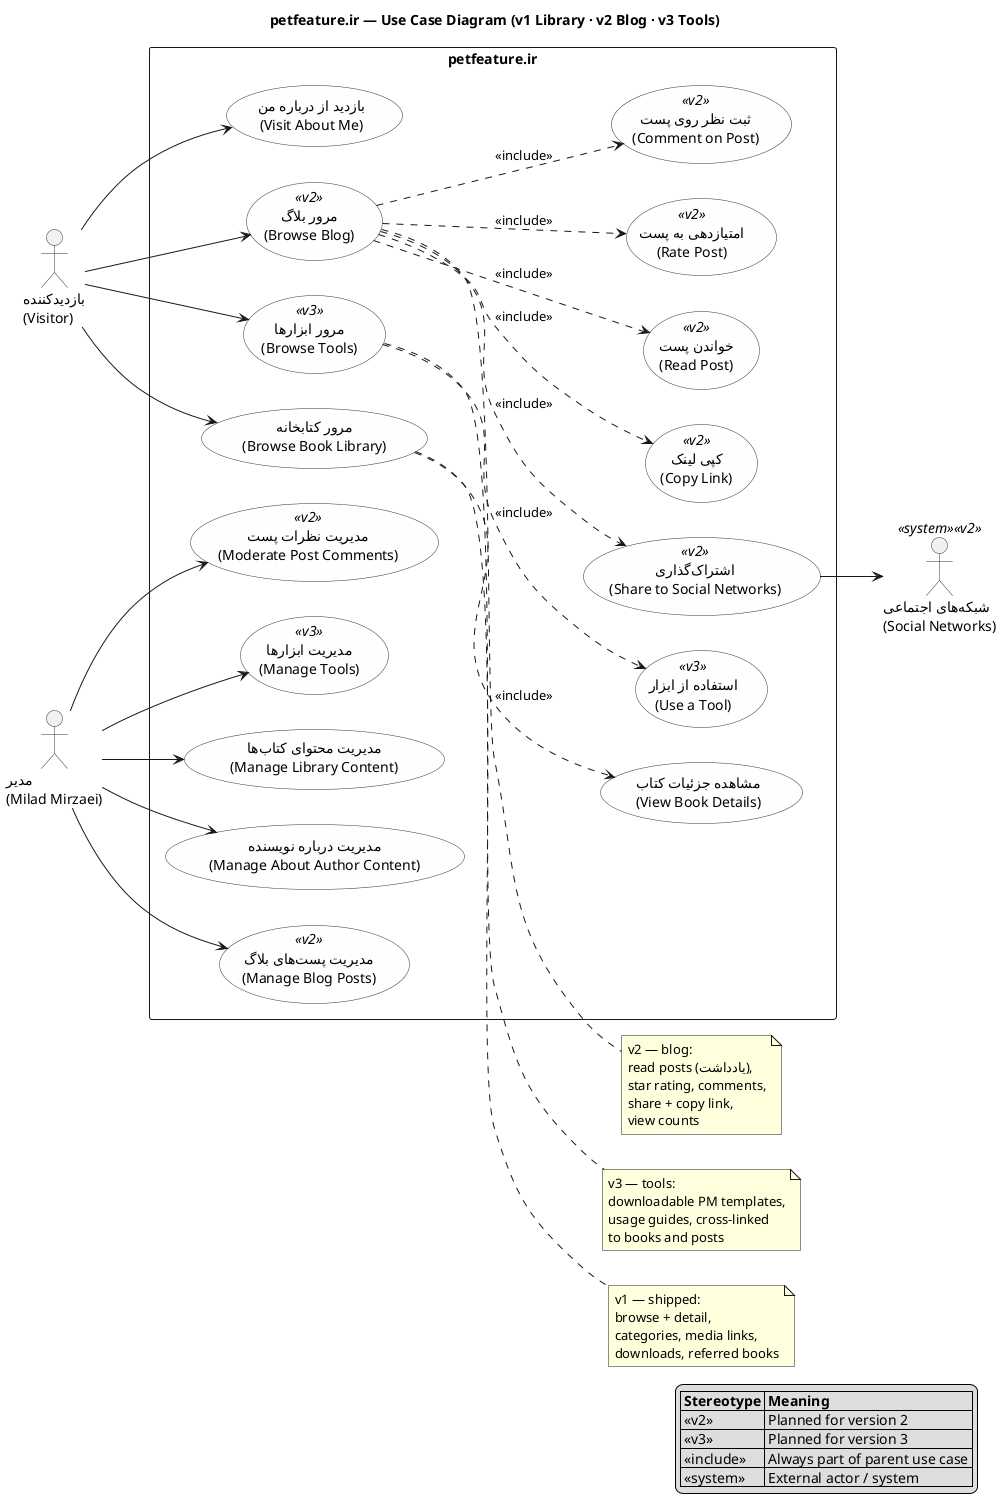
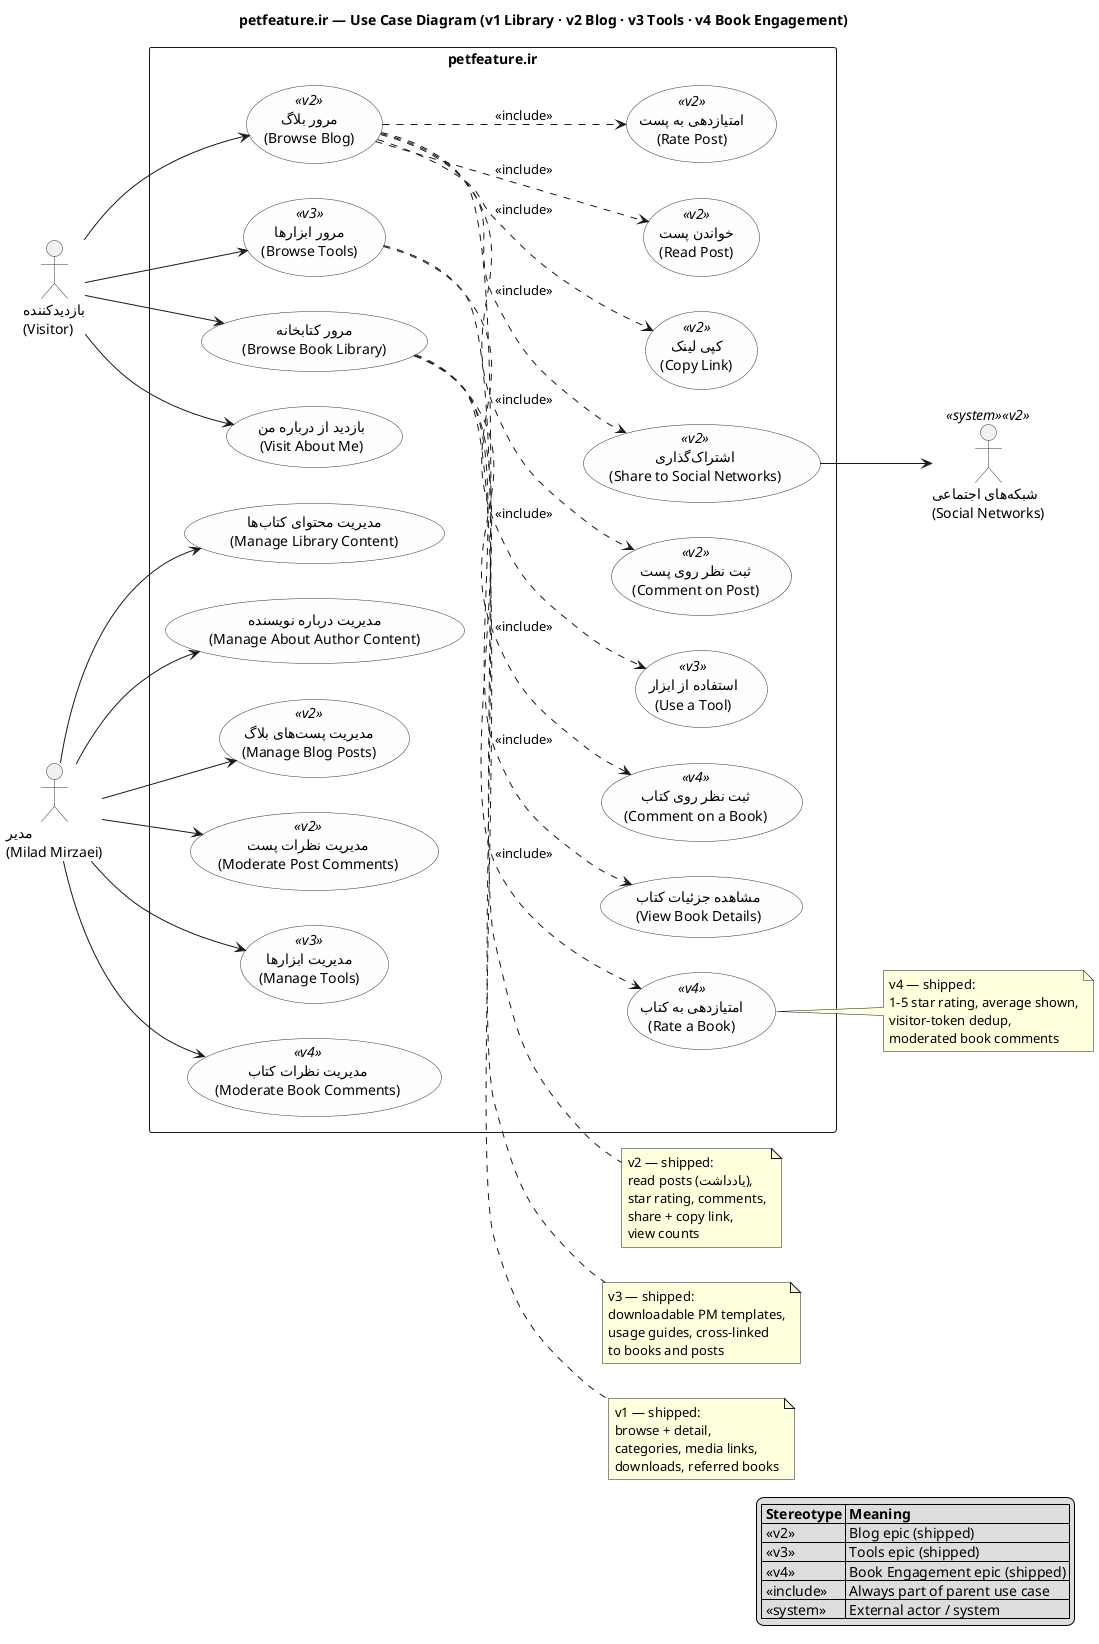
@startuml petfeature-use-cases
left to right direction
skinparam packageStyle rectangle
skinparam usecase {
  BackgroundColor #FEFEFE
  BorderColor #333333
}
skinparam actor {
  BorderColor #333333
}

- title petfeature.ir — Use Case Diagram (v1 Library · v2 Blog · v3 Tools)
+ title petfeature.ir — Use Case Diagram (v1 Library · v2 Blog · v3 Tools · v4 Book Engagement)

actor "بازدیدکننده\n(Visitor)" as Visitor
actor "مدیر\n(Milad Mirzaei)" as Admin
actor "شبکه‌های اجتماعی\n(Social Networks)" as Social <<system>> <<v2>>

rectangle "petfeature.ir" {

  ' --- v1: Library ---
  usecase "مرور کتابخانه\n(Browse Book Library)" as UC_Library
  usecase "مشاهده جزئیات کتاب\n(View Book Details)" as UC_BookDetail
  usecase "بازدید از درباره من\n(Visit About Me)" as UC_About

  ' --- v2: Blog ---
  usecase "مرور بلاگ\n(Browse Blog)" as UC_Blog <<v2>>
  usecase "خواندن پست\n(Read Post)" as UC_ReadPost <<v2>>
  usecase "امتیازدهی به پست\n(Rate Post)" as UC_RatePost <<v2>>
  usecase "ثبت نظر روی پست\n(Comment on Post)" as UC_CommentPost <<v2>>
  usecase "اشتراک‌گذاری\n(Share to Social Networks)" as UC_Share <<v2>>
  usecase "کپی لینک\n(Copy Link)" as UC_CopyLink <<v2>>

  ' --- v3: Tools ---
  usecase "مرور ابزارها\n(Browse Tools)" as UC_Tools <<v3>>
  usecase "استفاده از ابزار\n(Use a Tool)" as UC_UseTool <<v3>>

+   ' --- v4: Book Engagement ---
+   usecase "امتیازدهی به کتاب\n(Rate a Book)" as UC_RateBook <<v4>>
+   usecase "ثبت نظر روی کتاب\n(Comment on a Book)" as UC_CommentBook <<v4>>
+ 
  ' --- v1: Admin ---
  usecase "مدیریت محتوای کتاب‌ها\n(Manage Library Content)" as UC_ManageBooks
  usecase "مدیریت درباره نویسنده\n(Manage About Author Content)" as UC_ManageAbout

  ' --- v2: Admin ---
  usecase "مدیریت پست‌های بلاگ\n(Manage Blog Posts)" as UC_ManagePosts <<v2>>
  usecase "مدیریت نظرات پست\n(Moderate Post Comments)" as UC_ModeratePostComments <<v2>>

  ' --- v3: Admin ---
  usecase "مدیریت ابزارها\n(Manage Tools)" as UC_ManageTools <<v3>>
+ 
+   ' --- v4: Admin ---
+   usecase "مدیریت نظرات کتاب\n(Moderate Book Comments)" as UC_ModerateBookComments <<v4>>
}

' --- Visitor: v1 ---
Visitor --> UC_Library
Visitor --> UC_About

' --- Visitor: v2 ---
Visitor --> UC_Blog

' --- Visitor: v3 ---
Visitor --> UC_Tools

' --- Browse library includes ---
UC_Library ..> UC_BookDetail : <<include>>
+ UC_Library ..> UC_RateBook : <<include>>
+ UC_Library ..> UC_CommentBook : <<include>>

' --- Browse blog includes ---
UC_Blog ..> UC_ReadPost : <<include>>
UC_Blog ..> UC_RatePost : <<include>>
UC_Blog ..> UC_CommentPost : <<include>>
UC_Blog ..> UC_Share : <<include>>
UC_Blog ..> UC_CopyLink : <<include>>

' --- Browse tools includes ---
UC_Tools ..> UC_UseTool : <<include>>

' --- External systems ---
UC_Share --> Social

' --- Admin: v1 ---
Admin --> UC_ManageBooks
Admin --> UC_ManageAbout

' --- Admin: v2 ---
Admin --> UC_ManagePosts
Admin --> UC_ModeratePostComments

' --- Admin: v3 ---
Admin --> UC_ManageTools

+ ' --- Admin: v4 ---
+ Admin --> UC_ModerateBookComments
+ 
note right of UC_Library
  v1 — shipped:
  browse + detail,
  categories, media links,
  downloads, referred books
end note

note right of UC_Blog
-   v2 — blog:
+   v2 — shipped:
  read posts (یادداشت),
  star rating, comments,
  share + copy link,
  view counts
end note

note right of UC_Tools
-   v3 — tools:
+   v3 — shipped:
  downloadable PM templates,
  usage guides, cross-linked
  to books and posts
end note

+ note right of UC_RateBook
+   v4 — shipped:
+   1–5 star rating, average shown,
+   visitor-token dedup,
+   moderated book comments
+ end note
+ 
legend right
  |= Stereotype |= Meaning |
-   | <<v2>> | Planned for version 2 |
-   | <<v3>> | Planned for version 3 |
+   | <<v2>> | Blog epic (shipped) |
+   | <<v3>> | Tools epic (shipped) |
+   | <<v4>> | Book Engagement epic (shipped) |
  | <<include>> | Always part of parent use case |
  | <<system>> | External actor / system |
endlegend

@enduml
